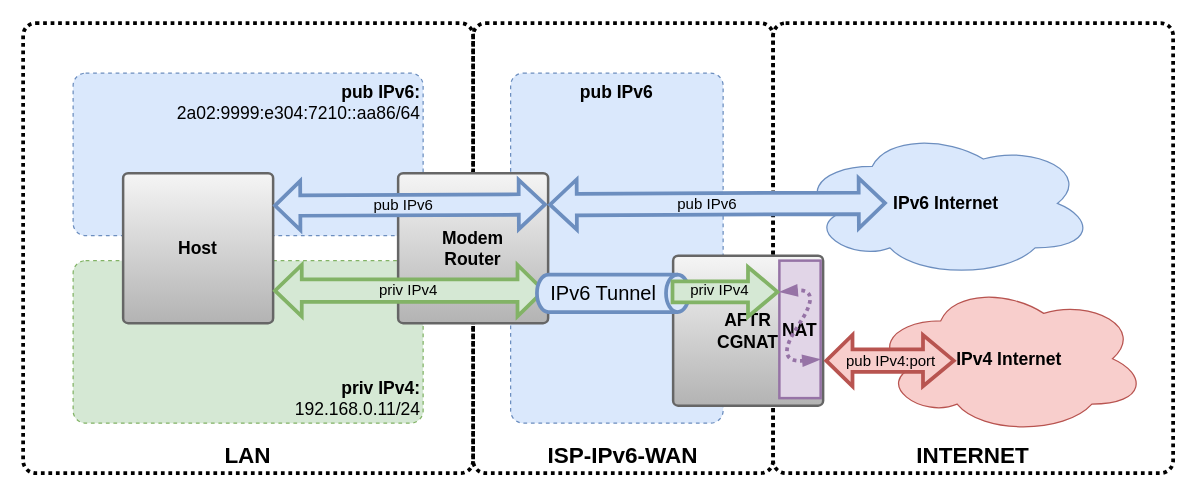
Before: AFTR-dslite.drawio in nean-and-i/IPv6-home, a draw.io diagram. Source tidied: cells renumbered, new cells numbered last; positions are measured from the earlier drawing's top-left corner, leaving out a move shared by most shapes. Both pictures are drawn from the tidied source at 125%, with x=0, y=0 at pixel (22, 22). Pictures stored in the file or linked from it are replaced by grey dashed boxes.
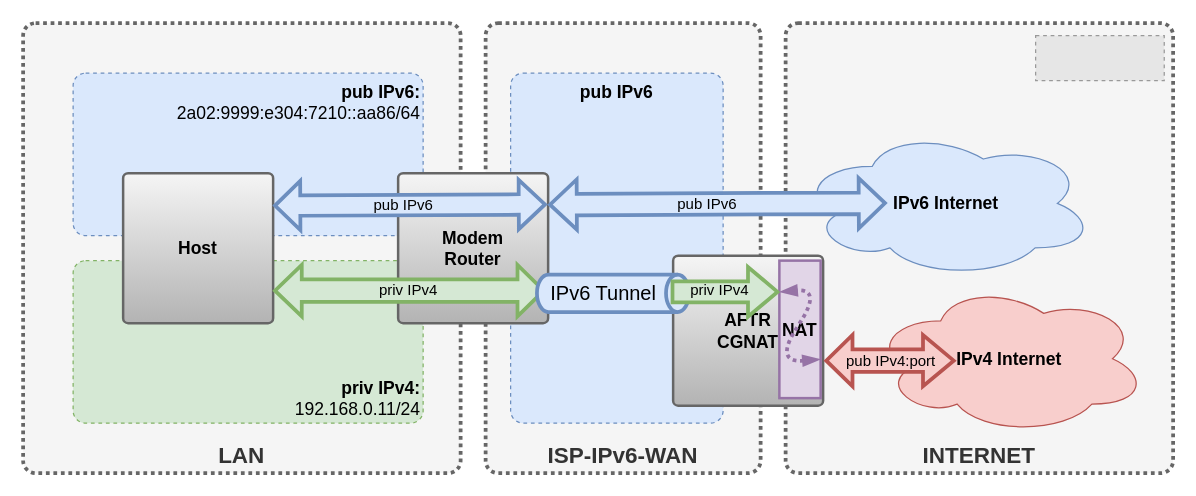
The same page after the edit.

Diff of the diagram source:
```diff
@@
-    <mxCell id="2" value="&lt;font style=&quot;&quot;&gt;&lt;b style=&quot;&quot;&gt;&lt;font style=&quot;font-size: 18px;&quot;&gt;INTERNET&lt;/font&gt;&lt;/b&gt;&lt;br&gt;&lt;/font&gt;" style="rounded=1;whiteSpace=wrap;html=1;absoluteArcSize=1;verticalAlign=bottom;align=center;fillColor=none;dashed=1;strokeWidth=3;dashPattern=1 1;perimeterSpacing=0;" parent="1" vertex="1">
-      <mxGeometry x="600" width="320" height="360" as="geometry" />
+    <mxCell id="2" value="&lt;font style=&quot;&quot;&gt;&lt;b style=&quot;&quot;&gt;&lt;font style=&quot;font-size: 18px;&quot;&gt;INTERNET&lt;/font&gt;&lt;/b&gt;&lt;br&gt;&lt;/font&gt;" style="rounded=1;whiteSpace=wrap;html=1;absoluteArcSize=1;verticalAlign=bottom;align=center;fillColor=#f5f5f5;dashed=1;strokeWidth=3;dashPattern=1 1;perimeterSpacing=0;fontColor=#333333;strokeColor=#666666;" parent="1" vertex="1">
+      <mxGeometry x="610" width="310" height="360" as="geometry" />
     </mxCell>
-    <mxCell id="3" value="&lt;font style=&quot;&quot;&gt;&lt;b style=&quot;&quot;&gt;&lt;font style=&quot;font-size: 18px;&quot;&gt;ISP-IPv6-WAN&lt;/font&gt;&lt;/b&gt;&lt;br&gt;&lt;/font&gt;" style="rounded=1;whiteSpace=wrap;html=1;absoluteArcSize=1;verticalAlign=bottom;align=center;fillColor=none;dashed=1;strokeWidth=3;dashPattern=1 1;perimeterSpacing=0;" parent="1" vertex="1">
-      <mxGeometry x="360" width="240" height="360" as="geometry" />
+    <mxCell id="3" value="&lt;font style=&quot;&quot;&gt;&lt;b style=&quot;&quot;&gt;&lt;font style=&quot;font-size: 18px;&quot;&gt;ISP-IPv6-WAN&lt;/font&gt;&lt;/b&gt;&lt;br&gt;&lt;/font&gt;" style="rounded=1;whiteSpace=wrap;html=1;absoluteArcSize=1;verticalAlign=bottom;align=center;fillColor=#f5f5f5;dashed=1;strokeWidth=3;dashPattern=1 1;perimeterSpacing=0;fontColor=#333333;strokeColor=#666666;" parent="1" vertex="1">
+      <mxGeometry x="370" width="220" height="360" as="geometry" />
     </mxCell>
-    <mxCell id="4" value="&lt;font style=&quot;&quot;&gt;&lt;b style=&quot;&quot;&gt;&lt;font style=&quot;font-size: 18px;&quot;&gt;LAN&lt;/font&gt;&lt;/b&gt;&lt;br&gt;&lt;/font&gt;" style="rounded=1;whiteSpace=wrap;html=1;absoluteArcSize=1;verticalAlign=bottom;align=center;fillColor=none;dashed=1;strokeWidth=3;dashPattern=1 1;perimeterSpacing=0;" parent="1" vertex="1">
-      <mxGeometry width="360" height="360" as="geometry" />
+    <mxCell id="4" value="&lt;font style=&quot;&quot;&gt;&lt;b style=&quot;&quot;&gt;&lt;font style=&quot;font-size: 18px;&quot;&gt;LAN&lt;/font&gt;&lt;/b&gt;&lt;br&gt;&lt;/font&gt;" style="rounded=1;whiteSpace=wrap;html=1;absoluteArcSize=1;verticalAlign=bottom;align=center;fillColor=#f5f5f5;dashed=1;strokeWidth=3;dashPattern=1 1;perimeterSpacing=0;fontColor=#333333;strokeColor=#666666;" parent="1" vertex="1">
+      <mxGeometry width="350" height="360" as="geometry" />
     </mxCell>
@@
+    <mxCell id="26" style="fillColor=#E6E6E6;strokeColor=#999999;dashed=1;verticalLabelPosition=bottom;labelBackgroundColor=default;verticalAlign=top;" parent="1" vertex="1">
+      <mxGeometry x="810" y="10" width="102.9" height="36" as="geometry" />
+    </mxCell>
```
